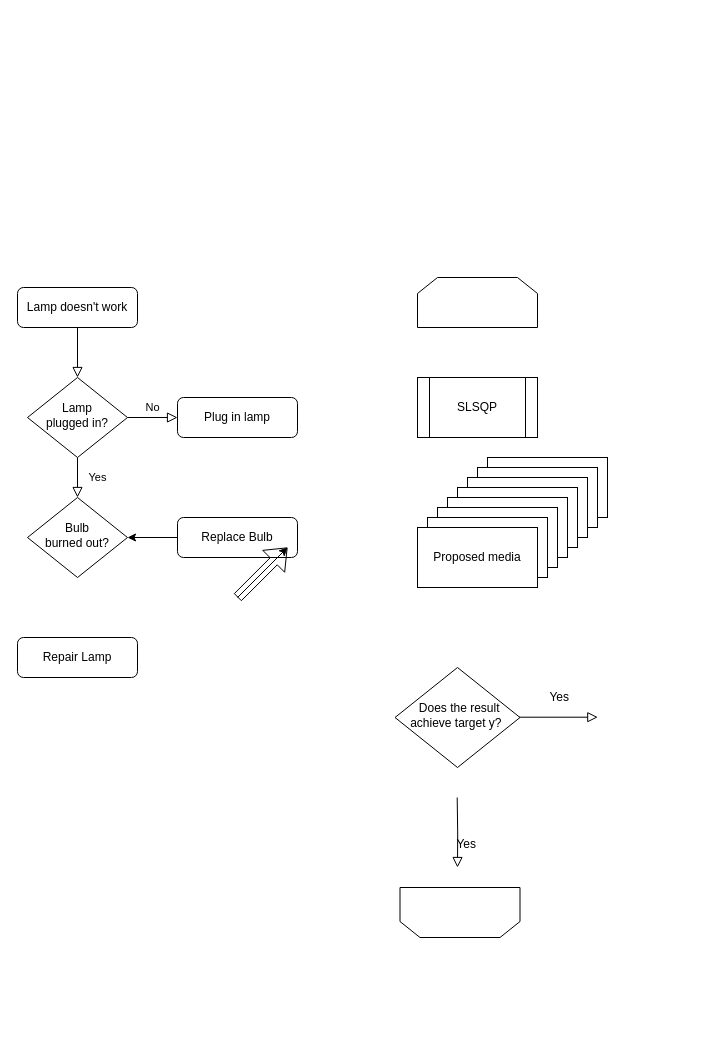
This is 名称未設定ファイル.drawio from IDA-DAIKI/Sample, a draw.io file, before an edit. Source tidied: cells renumbered, new cells numbered last; positions are measured from the earlier drawing's top-left corner, leaving out a move shared by most shapes. Both pictures are drawn from the tidied source at 100%, with x=0, y=0 at pixel (17, 277).
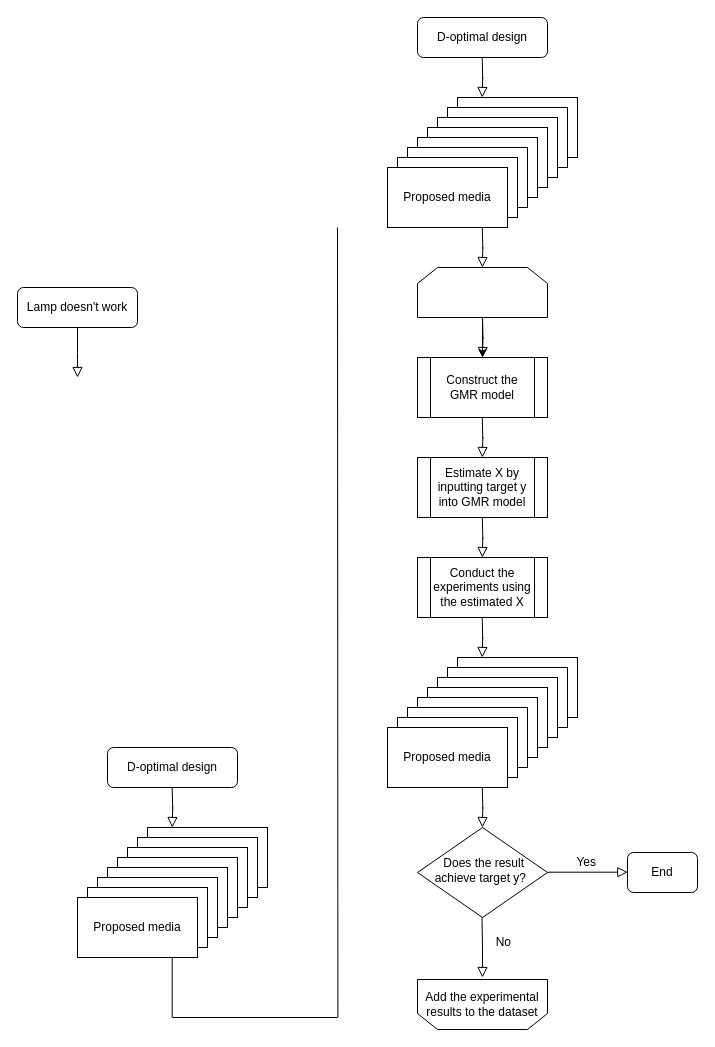
The same diagram, later.

Commit message:
名称未設定ファイル.drawio を更新します

Unchanged cells that the change refers to:
```xml
<mxCell id="3" value="Lamp doesn't work" style="rounded=1;whiteSpace=wrap;html=1;fontSize=12;glass=0;strokeWidth=1;shadow=0;" parent="1" vertex="1">
  <mxGeometry y="10" width="120" height="40" as="geometry" />
</mxCell>
```

The edit, as a diff of the source:
```diff
@@
-    <mxCell id="2" style="rounded=0;html=1;jettySize=auto;fontSize=11;endArrow=block;endFill=0;endSize=8;strokeWidth=1;shadow=0;labelBackgroundColor=none;edgeStyle=orthogonalEdgeStyle;" parent="1" edge="1" source="3" target="6">
-      <mxGeometry relative="1" as="geometry" />
+    <mxCell id="2" style="rounded=0;html=1;jettySize=auto;fontSize=11;endArrow=block;endFill=0;endSize=8;strokeWidth=1;shadow=0;labelBackgroundColor=none;edgeStyle=orthogonalEdgeStyle;" parent="1" edge="1" source="3">
+      <mxGeometry relative="1" as="geometry">
+        <mxPoint x="60" y="100" as="targetPoint" />
+      </mxGeometry>
     </mxCell>
@@
-    <mxCell id="4" value="Yes" style="rounded=0;html=1;jettySize=auto;fontSize=11;endArrow=block;endFill=0;endSize=8;strokeWidth=1;shadow=0;labelBackgroundColor=none;edgeStyle=orthogonalEdgeStyle;" parent="1" edge="1" source="6" target="9">
-      <mxGeometry y="20" relative="1" as="geometry" />
+    <mxCell id="4" value="Yes" style="rounded=0;html=1;jettySize=auto;orthogonalLoop=1;fontSize=11;endArrow=block;endFill=0;endSize=8;strokeWidth=1;shadow=0;labelBackgroundColor=none;edgeStyle=orthogonalEdgeStyle;" parent="1" edge="1">
+      <mxGeometry y="20" relative="1" as="geometry">
+        <mxPoint x="60" y="180" as="sourcePoint" />
+      </mxGeometry>
     </mxCell>
-    <mxCell id="5" value="No" style="edgeStyle=orthogonalEdgeStyle;rounded=0;html=1;jettySize=auto;fontSize=11;endArrow=block;endFill=0;endSize=8;strokeWidth=1;shadow=0;labelBackgroundColor=none;" parent="1" edge="1" source="6" target="7">
-      <mxGeometry y="10" relative="1" as="geometry" />
+    <mxCell id="5" value="No" style="edgeStyle=orthogonalEdgeStyle;rounded=0;html=1;jettySize=auto;orthogonalLoop=1;fontSize=11;endArrow=block;endFill=0;endSize=8;strokeWidth=1;shadow=0;labelBackgroundColor=none;" parent="1" edge="1">
+      <mxGeometry y="10" relative="1" as="geometry">
+        <mxPoint x="110" y="140" as="sourcePoint" />
+      </mxGeometry>
     </mxCell>
-    <mxCell id="6" value="Lamp&lt;br&gt;plugged in?" style="rhombus;whiteSpace=wrap;html=1;shadow=0;fontFamily=Helvetica;fontSize=12;align=center;strokeWidth=1;spacing=6;spacingTop=-4;" parent="1" vertex="1">
-      <mxGeometry x="10" y="100" width="100" height="80" as="geometry" />
-    </mxCell>
-    <mxCell id="7" value="Plug in lamp" style="rounded=1;whiteSpace=wrap;html=1;fontSize=12;glass=0;strokeWidth=1;shadow=0;" parent="1" vertex="1">
-      <mxGeometry x="160" y="120" width="120" height="40" as="geometry" />
-    </mxCell>
     <mxCell id="8" value="&lt;font style=&quot;font-size: 12px;&quot;&gt;Yes&lt;/font&gt;" style="rounded=0;html=1;jettySize=auto;orthogonalLoop=1;fontSize=11;endArrow=block;endFill=0;endSize=8;strokeWidth=1;shadow=0;labelBackgroundColor=none;edgeStyle=orthogonalEdgeStyle;align=right;" parent="1" edge="1">
-      <mxGeometry x="0.33" y="20" relative="1" as="geometry">
-        <mxPoint x="500" y="439.7" as="sourcePoint" />
-        <mxPoint x="580.3" y="439.7" as="targetPoint" />
+      <mxGeometry x="0.24" y="10" relative="1" as="geometry">
+        <mxPoint x="530" y="594.7" as="sourcePoint" />
+        <mxPoint x="610.3" y="594.7" as="targetPoint" />
       </mxGeometry>
     </mxCell>
-    <mxCell id="9" value="Bulb&lt;br&gt;burned out?" style="rhombus;whiteSpace=wrap;html=1;shadow=0;fontFamily=Helvetica;fontSize=12;align=center;strokeWidth=1;spacing=6;spacingTop=-4;" parent="1" vertex="1">
-      <mxGeometry x="10" y="220" width="100" height="80" as="geometry" />
-    </mxCell>
-    <mxCell id="10" value="Repair Lamp" style="rounded=1;whiteSpace=wrap;html=1;fontSize=12;glass=0;strokeWidth=1;shadow=0;" parent="1" vertex="1">
-      <mxGeometry y="360" width="120" height="40" as="geometry" />
-    </mxCell>
-    <mxCell id="11" style="edgeStyle=orthogonalEdgeStyle;rounded=0;jettySize=auto;html=1;" parent="1" edge="1" source="12" target="9">
-      <mxGeometry relative="1" as="geometry" />
+    <mxCell id="11" style="edgeStyle=orthogonalEdgeStyle;rounded=0;orthogonalLoop=1;jettySize=auto;html=1;" parent="1" edge="1">
+      <mxGeometry relative="1" as="geometry">
+        <mxPoint x="110" y="260" as="targetPoint" />
+      </mxGeometry>
     </mxCell>
-    <mxCell id="12" value="Replace Bulb" style="rounded=1;whiteSpace=wrap;html=1;fontSize=12;glass=0;strokeWidth=1;shadow=0;" parent="1" vertex="1">
-      <mxGeometry x="160" y="240" width="120" height="40" as="geometry" />
-    </mxCell>
-    <mxCell id="13" value="SLSQP" style="shape=process;whiteSpace=wrap;html=1;backgroundOutline=1;" parent="1" vertex="1">
-      <mxGeometry x="400" y="100" width="120" height="60" as="geometry" />
-    </mxCell>
-    <mxCell id="14" style="shape=loopLimit;whiteSpace=wrap;html=1;direction=west;" parent="1" vertex="1">
-      <mxGeometry x="382.5" y="610" width="120" height="50" as="geometry" />
+    <mxCell id="14" value="Add the experimental results to the dataset" style="shape=loopLimit;whiteSpace=wrap;html=1;direction=west;" parent="1" vertex="1">
+      <mxGeometry x="400" y="702" width="130" height="50" as="geometry" />
     </mxCell>
     <mxCell id="15" style="group;" parent="1" vertex="1">
-      <mxGeometry x="400" y="180" width="190" height="130" as="geometry" />
+      <mxGeometry x="370" y="380" width="190" height="130" as="geometry" />
     </mxCell>
+    <mxCell id="29" style="group;" parent="15" vertex="1">
+      <mxGeometry width="190" height="130" as="geometry" />
+    </mxCell>
-    <mxCell id="16" style="rounded=0;whiteSpace=wrap;html=1;" parent="15" vertex="1">
+    <mxCell id="16" style="rounded=0;whiteSpace=wrap;html=1;" parent="29" vertex="1">
       <mxGeometry x="70" width="120" height="60" as="geometry" />
     </mxCell>
-    <mxCell id="17" style="rounded=0;whiteSpace=wrap;html=1;" parent="15" vertex="1">
+    <mxCell id="17" style="rounded=0;whiteSpace=wrap;html=1;" parent="29" vertex="1">
       <mxGeometry x="60" y="10" width="120" height="60" as="geometry" />
     </mxCell>
-    <mxCell id="18" style="rounded=0;whiteSpace=wrap;html=1;" parent="15" vertex="1">
+    <mxCell id="18" style="rounded=0;whiteSpace=wrap;html=1;" parent="29" vertex="1">
       <mxGeometry x="50" y="20" width="120" height="60" as="geometry" />
     </mxCell>
-    <mxCell id="19" style="rounded=0;whiteSpace=wrap;html=1;" parent="15" vertex="1">
+    <mxCell id="19" style="rounded=0;whiteSpace=wrap;html=1;" parent="29" vertex="1">
       <mxGeometry x="40" y="30" width="120" height="60" as="geometry" />
     </mxCell>
-    <mxCell id="20" style="rounded=0;whiteSpace=wrap;html=1;" parent="15" vertex="1">
+    <mxCell id="20" style="rounded=0;whiteSpace=wrap;html=1;" parent="29" vertex="1">
       <mxGeometry x="30" y="40" width="120" height="60" as="geometry" />
     </mxCell>
-    <mxCell id="21" style="rounded=0;whiteSpace=wrap;html=1;" parent="15" vertex="1">
+    <mxCell id="21" style="rounded=0;whiteSpace=wrap;html=1;" parent="29" vertex="1">
       <mxGeometry x="20" y="50" width="120" height="60" as="geometry" />
     </mxCell>
-    <mxCell id="22" style="rounded=0;whiteSpace=wrap;html=1;" parent="15" vertex="1">
+    <mxCell id="22" style="rounded=0;whiteSpace=wrap;html=1;" parent="29" vertex="1">
       <mxGeometry x="10" y="60" width="120" height="60" as="geometry" />
     </mxCell>
-    <mxCell id="23" value="Proposed media" style="rounded=0;whiteSpace=wrap;html=1;" parent="15" vertex="1">
+    <mxCell id="23" value="Proposed media" style="rounded=0;whiteSpace=wrap;html=1;" parent="29" vertex="1">
       <mxGeometry y="70" width="120" height="60" as="geometry" />
     </mxCell>
+    <mxCell id="30" style="edgeStyle=orthogonalEdgeStyle;rounded=0;jettySize=auto;html=1;" parent="1" edge="1" source="24" target="31">
+      <mxGeometry relative="1" as="geometry" />
+    </mxCell>
     <mxCell id="24" style="shape=loopLimit;whiteSpace=wrap;html=1;direction=east;" parent="1" vertex="1">
-      <mxGeometry x="400" width="120" height="50" as="geometry" />
+      <mxGeometry x="400" y="-10" width="130" height="50" as="geometry" />
     </mxCell>
     <mxCell id="25" value="&amp;nbsp;Does the result achieve&amp;nbsp;&lt;span style=&quot;background-color: initial;&quot;&gt;target y?&amp;nbsp;&lt;/span&gt;" style="rhombus;whiteSpace=wrap;html=1;shadow=0;fontFamily=Helvetica;fontSize=12;align=center;strokeWidth=1;spacing=6;spacingTop=-4;" parent="1" vertex="1">
-      <mxGeometry x="377.5" y="390" width="125" height="100" as="geometry" />
+      <mxGeometry x="400" y="550" width="130" height="90" as="geometry" />
     </mxCell>
-    <mxCell id="26" style="endArrow=classic;html=1;rounded=0;" parent="1" edge="1">
-      <mxGeometry relative="1" as="geometry">
-        <mxPoint x="220" y="320" as="sourcePoint" />
-        <mxPoint x="270" y="270" as="targetPoint" />
-      </mxGeometry>
-    </mxCell>
-    <mxCell id="27" style="shape=flexArrow;endArrow=classic;html=1;rounded=0;" parent="1" edge="1">
-      <mxGeometry relative="1" as="geometry">
-        <mxPoint x="220" y="320" as="sourcePoint" />
-        <mxPoint x="270" y="270" as="targetPoint" />
-      </mxGeometry>
-    </mxCell>
-    <mxCell id="28" value="&lt;font style=&quot;font-size: 12px;&quot;&gt;Yes&lt;/font&gt;" style="rounded=0;html=1;jettySize=auto;orthogonalLoop=1;fontSize=11;endArrow=block;endFill=0;endSize=8;strokeWidth=1;shadow=0;labelBackgroundColor=none;edgeStyle=orthogonalEdgeStyle;align=right;" parent="1" edge="1">
-      <mxGeometry x="0.33" y="20" relative="1" as="geometry">
-        <mxPoint x="439.7" y="520" as="sourcePoint" />
-        <mxPoint x="440" y="590" as="targetPoint" />
+    <mxCell id="28" value="&lt;font style=&quot;font-size: 12px;&quot;&gt;No&lt;/font&gt;" style="rounded=0;html=1;jettySize=auto;orthogonalLoop=1;fontSize=11;endArrow=block;endFill=0;endSize=8;strokeWidth=1;shadow=0;labelBackgroundColor=none;edgeStyle=orthogonalEdgeStyle;align=right;entryX=0.5;entryY=1;entryDx=0;entryDy=0;" parent="1" edge="1">
+      <mxGeometry x="-0.18" y="30" relative="1" as="geometry">
+        <mxPoint x="464.5" y="640" as="sourcePoint" />
+        <mxPoint x="465" y="700" as="targetPoint" />
       </mxGeometry>
     </mxCell>
+    <mxCell id="31" value="&lt;div&gt;Construct the&lt;/div&gt;GMR model" style="shape=process;whiteSpace=wrap;html=1;backgroundOutline=1;" parent="1" vertex="1">
+      <mxGeometry x="400" y="80" width="130" height="60" as="geometry" />
+    </mxCell>
+    <mxCell id="32" value="Estimate X by inputting target y into GMR model" style="shape=process;whiteSpace=wrap;html=1;backgroundOutline=1;" parent="1" vertex="1">
+      <mxGeometry x="400" y="180" width="130" height="60" as="geometry" />
+    </mxCell>
+    <mxCell id="13" value="Conduct the experiments using the estimated X" style="shape=process;whiteSpace=wrap;html=1;backgroundOutline=1;align=center;" parent="1" vertex="1">
+      <mxGeometry x="400" y="280" width="130" height="60" as="geometry" />
+    </mxCell>
+    <mxCell id="33" style="rounded=0;html=1;jettySize=auto;orthogonalLoop=1;fontSize=11;endArrow=block;endFill=0;endSize=8;strokeWidth=1;shadow=0;labelBackgroundColor=none;edgeStyle=orthogonalEdgeStyle;align=right;entryX=0.5;entryY=1;entryDx=0;entryDy=0;" parent="1" edge="1">
+      <mxGeometry x="-0.18" y="30" relative="1" as="geometry">
+        <mxPoint x="465" y="40" as="sourcePoint" />
+        <mxPoint x="465" y="80" as="targetPoint" />
+      </mxGeometry>
+    </mxCell>
+    <mxCell id="34" value="End" style="rounded=1;whiteSpace=wrap;html=1;fontSize=12;glass=0;strokeWidth=1;shadow=0;" parent="1" vertex="1">
+      <mxGeometry x="610" y="575" width="70" height="40" as="geometry" />
+    </mxCell>
+    <mxCell id="35" style="group;" parent="1" vertex="1">
+      <mxGeometry x="60" y="550" width="190" height="130" as="geometry" />
+    </mxCell>
+    <mxCell id="36" style="group;" parent="35" vertex="1">
+      <mxGeometry width="190" height="130" as="geometry" />
+    </mxCell>
+    <mxCell id="37" style="rounded=0;whiteSpace=wrap;html=1;" parent="36" vertex="1">
+      <mxGeometry x="70" width="120" height="60" as="geometry" />
+    </mxCell>
+    <mxCell id="38" style="rounded=0;whiteSpace=wrap;html=1;" parent="36" vertex="1">
+      <mxGeometry x="60" y="10" width="120" height="60" as="geometry" />
+    </mxCell>
+    <mxCell id="39" style="rounded=0;whiteSpace=wrap;html=1;" parent="36" vertex="1">
+      <mxGeometry x="50" y="20" width="120" height="60" as="geometry" />
+    </mxCell>
+    <mxCell id="40" style="rounded=0;whiteSpace=wrap;html=1;" parent="36" vertex="1">
+      <mxGeometry x="40" y="30" width="120" height="60" as="geometry" />
+    </mxCell>
+    <mxCell id="41" style="rounded=0;whiteSpace=wrap;html=1;" parent="36" vertex="1">
+      <mxGeometry x="30" y="40" width="120" height="60" as="geometry" />
+    </mxCell>
+    <mxCell id="42" style="rounded=0;whiteSpace=wrap;html=1;" parent="36" vertex="1">
+      <mxGeometry x="20" y="50" width="120" height="60" as="geometry" />
+    </mxCell>
+    <mxCell id="43" style="rounded=0;whiteSpace=wrap;html=1;" parent="36" vertex="1">
+      <mxGeometry x="10" y="60" width="120" height="60" as="geometry" />
+    </mxCell>
+    <mxCell id="44" value="Proposed media" style="rounded=0;whiteSpace=wrap;html=1;" parent="36" vertex="1">
+      <mxGeometry y="70" width="120" height="60" as="geometry" />
+    </mxCell>
+    <mxCell id="45" style="rounded=0;html=1;jettySize=auto;orthogonalLoop=1;fontSize=11;endArrow=block;endFill=0;endSize=8;strokeWidth=1;shadow=0;labelBackgroundColor=none;edgeStyle=orthogonalEdgeStyle;align=right;entryX=0.5;entryY=1;entryDx=0;entryDy=0;" parent="1" edge="1">
+      <mxGeometry x="-0.18" y="30" relative="1" as="geometry">
+        <mxPoint x="464.8" y="140" as="sourcePoint" />
+        <mxPoint x="464.8" y="180" as="targetPoint" />
+      </mxGeometry>
+    </mxCell>
+    <mxCell id="46" style="rounded=0;html=1;jettySize=auto;orthogonalLoop=1;fontSize=11;endArrow=block;endFill=0;endSize=8;strokeWidth=1;shadow=0;labelBackgroundColor=none;edgeStyle=orthogonalEdgeStyle;align=right;entryX=0.5;entryY=1;entryDx=0;entryDy=0;" parent="1" edge="1">
+      <mxGeometry x="-0.18" y="30" relative="1" as="geometry">
+        <mxPoint x="464.8" y="240" as="sourcePoint" />
+        <mxPoint x="464.8" y="280" as="targetPoint" />
+      </mxGeometry>
+    </mxCell>
+    <mxCell id="47" style="rounded=0;html=1;jettySize=auto;orthogonalLoop=1;fontSize=11;endArrow=block;endFill=0;endSize=8;strokeWidth=1;shadow=0;labelBackgroundColor=none;edgeStyle=orthogonalEdgeStyle;align=right;entryX=0.5;entryY=1;entryDx=0;entryDy=0;" parent="1" edge="1">
+      <mxGeometry x="-0.18" y="30" relative="1" as="geometry">
+        <mxPoint x="464.7" y="340" as="sourcePoint" />
+        <mxPoint x="464.7" y="380" as="targetPoint" />
+      </mxGeometry>
+    </mxCell>
+    <mxCell id="48" style="rounded=0;html=1;jettySize=auto;orthogonalLoop=1;fontSize=11;endArrow=block;endFill=0;endSize=8;strokeWidth=1;shadow=0;labelBackgroundColor=none;edgeStyle=orthogonalEdgeStyle;align=right;entryX=0.5;entryY=1;entryDx=0;entryDy=0;" parent="1" edge="1">
+      <mxGeometry x="-0.18" y="30" relative="1" as="geometry">
+        <mxPoint x="464.8" y="510" as="sourcePoint" />
+        <mxPoint x="464.8" y="550" as="targetPoint" />
+      </mxGeometry>
+    </mxCell>
+    <mxCell id="49" style="endArrow=none;html=1;rounded=0;" parent="1" edge="1">
+      <mxGeometry relative="1" as="geometry">
+        <mxPoint x="154.7" y="740" as="sourcePoint" />
+        <mxPoint x="154.7" y="680" as="targetPoint" />
+      </mxGeometry>
+    </mxCell>
+    <mxCell id="50" style="endArrow=none;html=1;rounded=0;" parent="1" edge="1">
+      <mxGeometry relative="1" as="geometry">
+        <mxPoint x="320" y="740" as="sourcePoint" />
+        <mxPoint x="155" y="740" as="targetPoint" />
+      </mxGeometry>
+    </mxCell>
+    <mxCell id="51" style="endArrow=none;html=1;rounded=0;" parent="1" edge="1">
+      <mxGeometry relative="1" as="geometry">
+        <mxPoint x="320" y="-50" as="sourcePoint" />
+        <mxPoint x="320.4" y="740" as="targetPoint" />
+      </mxGeometry>
+    </mxCell>
+    <mxCell id="52" value="D-optimal design" style="rounded=1;whiteSpace=wrap;html=1;fontSize=12;glass=0;strokeWidth=1;shadow=0;" parent="1" vertex="1">
+      <mxGeometry x="90" y="470" width="130" height="40" as="geometry" />
+    </mxCell>
+    <mxCell id="53" style="rounded=0;html=1;jettySize=auto;orthogonalLoop=1;fontSize=11;endArrow=block;endFill=0;endSize=8;strokeWidth=1;shadow=0;labelBackgroundColor=none;edgeStyle=orthogonalEdgeStyle;align=right;entryX=0.5;entryY=1;entryDx=0;entryDy=0;" parent="1" edge="1">
+      <mxGeometry x="-0.18" y="30" relative="1" as="geometry">
+        <mxPoint x="154.7" y="510" as="sourcePoint" />
+        <mxPoint x="154.7" y="550" as="targetPoint" />
+      </mxGeometry>
+    </mxCell>
+    <mxCell id="54" style="group;" parent="1" vertex="1">
+      <mxGeometry x="370" y="-180" width="190" height="130" as="geometry" />
+    </mxCell>
+    <mxCell id="55" style="group;" parent="54" vertex="1">
+      <mxGeometry width="190" height="130" as="geometry" />
+    </mxCell>
+    <mxCell id="56" style="rounded=0;whiteSpace=wrap;html=1;" parent="55" vertex="1">
+      <mxGeometry x="70" width="120" height="60" as="geometry" />
+    </mxCell>
+    <mxCell id="57" style="rounded=0;whiteSpace=wrap;html=1;" parent="55" vertex="1">
+      <mxGeometry x="60" y="10" width="120" height="60" as="geometry" />
+    </mxCell>
+    <mxCell id="58" style="rounded=0;whiteSpace=wrap;html=1;" parent="55" vertex="1">
+      <mxGeometry x="50" y="20" width="120" height="60" as="geometry" />
+    </mxCell>
+    <mxCell id="59" style="rounded=0;whiteSpace=wrap;html=1;" parent="55" vertex="1">
+      <mxGeometry x="40" y="30" width="120" height="60" as="geometry" />
+    </mxCell>
+    <mxCell id="60" style="rounded=0;whiteSpace=wrap;html=1;" parent="55" vertex="1">
+      <mxGeometry x="30" y="40" width="120" height="60" as="geometry" />
+    </mxCell>
+    <mxCell id="61" style="rounded=0;whiteSpace=wrap;html=1;" parent="55" vertex="1">
+      <mxGeometry x="20" y="50" width="120" height="60" as="geometry" />
+    </mxCell>
+    <mxCell id="62" style="rounded=0;whiteSpace=wrap;html=1;" parent="55" vertex="1">
+      <mxGeometry x="10" y="60" width="120" height="60" as="geometry" />
+    </mxCell>
+    <mxCell id="63" value="Proposed media" style="rounded=0;whiteSpace=wrap;html=1;" parent="55" vertex="1">
+      <mxGeometry y="70" width="120" height="60" as="geometry" />
+    </mxCell>
+    <mxCell id="64" value="D-optimal design" style="rounded=1;whiteSpace=wrap;html=1;fontSize=12;glass=0;strokeWidth=1;shadow=0;" parent="1" vertex="1">
+      <mxGeometry x="400" y="-260" width="130" height="40" as="geometry" />
+    </mxCell>
+    <mxCell id="65" style="rounded=0;html=1;jettySize=auto;orthogonalLoop=1;fontSize=11;endArrow=block;endFill=0;endSize=8;strokeWidth=1;shadow=0;labelBackgroundColor=none;edgeStyle=orthogonalEdgeStyle;align=right;entryX=0.5;entryY=1;entryDx=0;entryDy=0;" parent="1" edge="1">
+      <mxGeometry x="-0.18" y="30" relative="1" as="geometry">
+        <mxPoint x="464.7" y="-220" as="sourcePoint" />
+        <mxPoint x="464.7" y="-180" as="targetPoint" />
+      </mxGeometry>
+    </mxCell>
+    <mxCell id="66" style="rounded=0;html=1;jettySize=auto;orthogonalLoop=1;fontSize=11;endArrow=block;endFill=0;endSize=8;strokeWidth=1;shadow=0;labelBackgroundColor=none;edgeStyle=orthogonalEdgeStyle;align=right;entryX=0.5;entryY=1;entryDx=0;entryDy=0;" parent="1" edge="1">
+      <mxGeometry x="-0.18" y="30" relative="1" as="geometry">
+        <mxPoint x="464.8" y="-50" as="sourcePoint" />
+        <mxPoint x="464.8" y="-10" as="targetPoint" />
+      </mxGeometry>
+    </mxCell>
```
